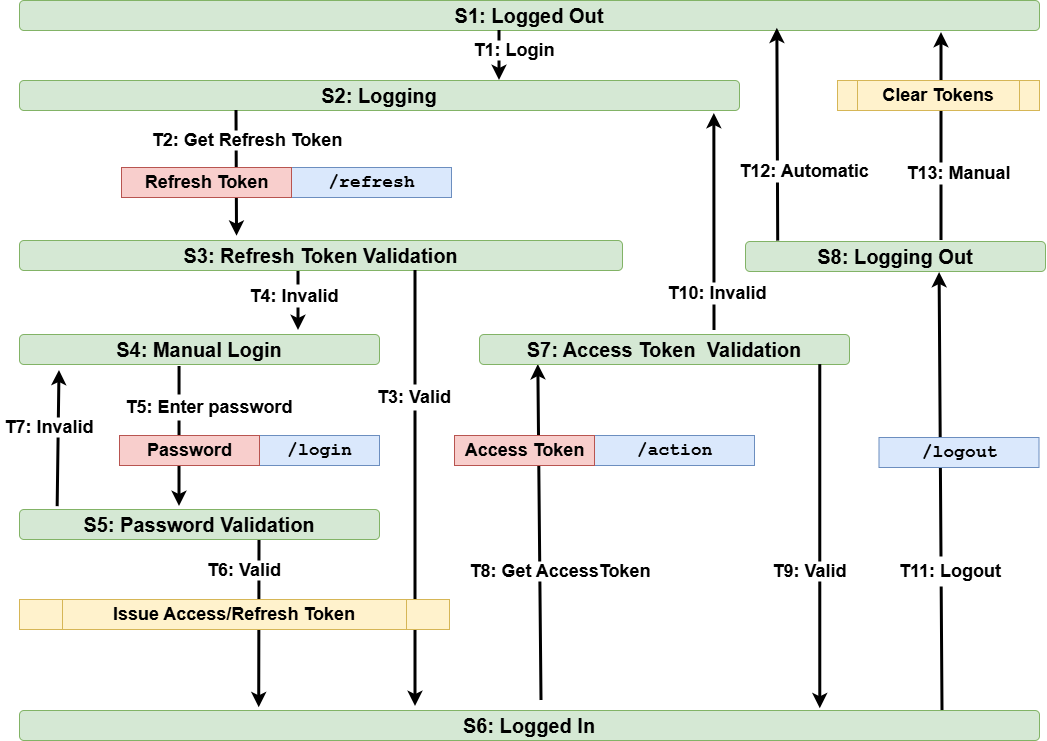
berislav-vidakovic/GamesJ keeps this draw.io diagram as JWT.png. Above is the earlier version. Source tidied: cells renumbered, new cells last; positions are measured from the earlier drawing's top-left corner, leaving out a move shared by most shapes.
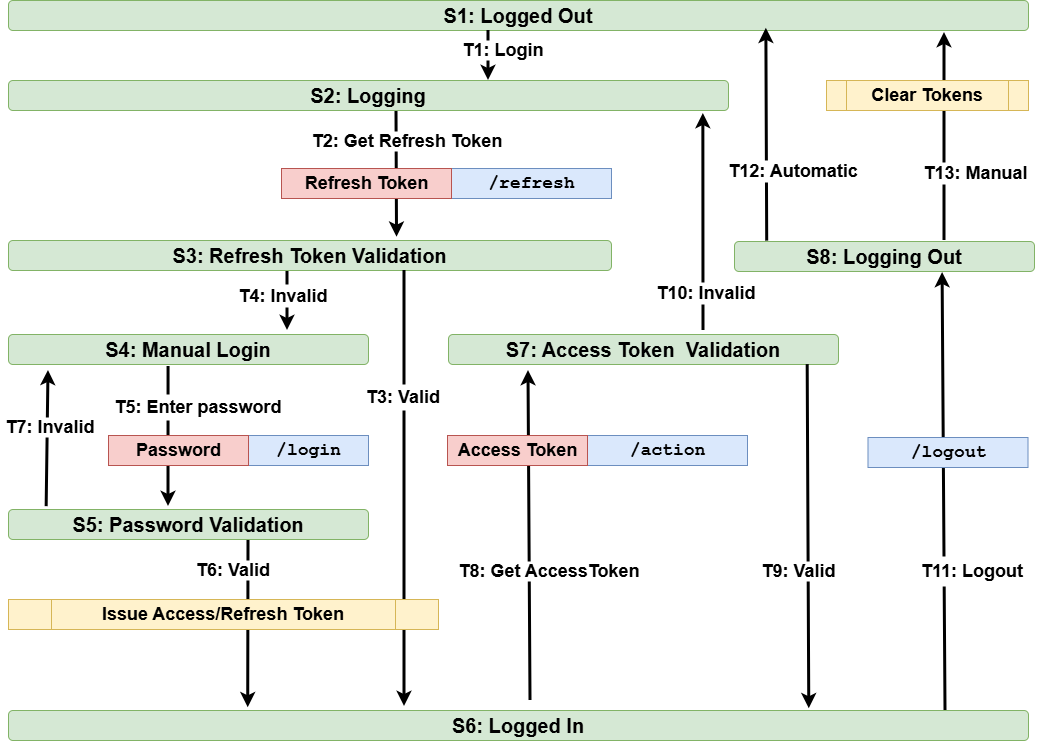
The same diagram one commit later.

Commit message:
FSM JWT Authentication Refresh-Update

Diff of the diagram source:
```diff
@@ -12,10 +12,10 @@
       <mxGeometry x="260" y="435" width="120" height="30" as="geometry" />
     </mxCell>
     <mxCell id="5" value="/action" style="text;strokeColor=#6c8ebf;fillColor=#dae8fc;html=1;fontSize=18;fontStyle=1;verticalAlign=middle;align=center;fontFamily=Courier New;" parent="1" vertex="1">
-      <mxGeometry x="595" y="435" width="160" height="30" as="geometry" />
+      <mxGeometry x="599" y="435" width="160" height="30" as="geometry" />
     </mxCell>
     <mxCell id="6" value="/refresh" style="text;strokeColor=#6c8ebf;fillColor=#dae8fc;html=1;fontSize=18;fontStyle=1;verticalAlign=middle;align=center;fontFamily=Courier New;" parent="1" vertex="1">
-      <mxGeometry x="292" y="167" width="160" height="30" as="geometry" />
+      <mxGeometry x="463" y="168" width="160" height="30" as="geometry" />
     </mxCell>
     <mxCell id="7" style="endArrow=classic;html=1;rounded=0;strokeWidth=3;" parent="1" edge="1">
       <mxGeometry relative="1" as="geometry">
@@ -23,9 +23,10 @@
         <mxPoint x="299" y="330" as="targetPoint" />
       </mxGeometry>
     </mxCell>
-    <mxCell id="8" style="endArrow=classic;html=1;rounded=0;strokeWidth=3;entryX=0.159;entryY=1.004;entryDx=0;entryDy=0;entryPerimeter=0;" parent="1" edge="1" target="14">
+    <mxCell id="8" style="endArrow=classic;html=1;rounded=0;strokeWidth=3;" parent="1" edge="1">
       <mxGeometry relative="1" as="geometry">
         <mxPoint x="542" y="700" as="sourcePoint" />
+        <mxPoint x="540" y="370" as="targetPoint" />
       </mxGeometry>
     </mxCell>
     <mxCell id="9" style="edgeStyle=orthogonalEdgeStyle;rounded=0;orthogonalLoop=1;jettySize=auto;html=1;exitX=0.5;exitY=1;exitDx=0;exitDy=0;" parent="1" edge="1" source="22" target="22">
@@ -44,7 +45,7 @@
       <mxGeometry x="20" y="509" width="360" height="30" as="geometry" />
     </mxCell>
     <mxCell id="14" value="S7: Access Token&amp;nbsp; Validation" style="rounded=1;whiteSpace=wrap;html=1;fontSize=20;fontStyle=1;fillColor=#d5e8d4;strokeColor=#82b366;" parent="1" vertex="1">
-      <mxGeometry x="480" y="334" width="370" height="30" as="geometry" />
+      <mxGeometry x="460" y="334" width="390" height="30" as="geometry" />
     </mxCell>
     <mxCell id="15" style="endArrow=classic;html=1;rounded=0;strokeWidth=3;" parent="1" edge="1">
       <mxGeometry relative="1" as="geometry">
@@ -57,15 +58,15 @@
     </mxCell>
     <mxCell id="17" style="endArrow=classic;html=1;rounded=0;strokeWidth=3;entryX=0.596;entryY=-0.143;entryDx=0;entryDy=0;entryPerimeter=0;" parent="1" edge="1">
       <mxGeometry relative="1" as="geometry">
-        <mxPoint x="237" y="110" as="sourcePoint" />
-        <mxPoint x="237.5" y="235.7" as="targetPoint" />
+        <mxPoint x="408" y="111" as="sourcePoint" />
+        <mxPoint x="408.5" y="236.7" as="targetPoint" />
       </mxGeometry>
     </mxCell>
     <mxCell id="18" value="T2: Get Refresh Token" style="text;html=1;whiteSpace=wrap;strokeColor=none;fillColor=default;align=center;verticalAlign=middle;rounded=0;fontSize=18;fontStyle=1;" parent="1" vertex="1">
-      <mxGeometry x="137" y="130" width="222" height="20" as="geometry" />
+      <mxGeometry x="308" y="131" width="222" height="20" as="geometry" />
     </mxCell>
     <mxCell id="19" value="Refresh Token" style="text;strokeColor=#b85450;fillColor=#f8cecc;html=1;fontSize=18;fontStyle=1;verticalAlign=middle;align=center;" parent="1" vertex="1">
-      <mxGeometry x="122" y="167" width="170" height="30" as="geometry" />
+      <mxGeometry x="293" y="168" width="170" height="30" as="geometry" />
     </mxCell>
     <mxCell id="20" style="endArrow=classic;html=1;rounded=0;strokeWidth=3;" parent="1" edge="1">
       <mxGeometry relative="1" as="geometry">
@@ -77,7 +78,7 @@
       <mxGeometry x="375" y="384" width="80" height="26" as="geometry" />
     </mxCell>
     <mxCell id="22" value="Access Token" style="text;strokeColor=#b85450;fillColor=#f8cecc;html=1;fontSize=18;fontStyle=1;verticalAlign=middle;align=center;" parent="1" vertex="1">
-      <mxGeometry x="455" y="435" width="140" height="30" as="geometry" />
+      <mxGeometry x="459" y="435" width="140" height="30" as="geometry" />
     </mxCell>
     <mxCell id="23" value="T8: Get AccessToken" style="text;html=1;whiteSpace=wrap;align=center;verticalAlign=middle;rounded=0;fontSize=18;fontStyle=1;fillColor=default;" parent="1" vertex="1">
       <mxGeometry x="466" y="561" width="190" height="20" as="geometry" />
@@ -87,9 +88,10 @@
         <mxPoint x="820.8" y="708.2" as="targetPoint" />
       </mxGeometry>
     </mxCell>
-    <mxCell id="25" style="endArrow=classic;html=1;rounded=0;strokeWidth=3;entryX=0.647;entryY=1.035;entryDx=0;entryDy=0;entryPerimeter=0;" parent="1" edge="1" target="39">
+    <mxCell id="25" style="endArrow=classic;html=1;rounded=0;strokeWidth=3;entryX=0.647;entryY=1.035;entryDx=0;entryDy=0;entryPerimeter=0;" parent="1" edge="1">
       <mxGeometry relative="1" as="geometry">
-        <mxPoint x="943" y="710" as="sourcePoint" />
+        <mxPoint x="957" y="710" as="sourcePoint" />
+        <mxPoint x="954.1" y="272" as="targetPoint" />
       </mxGeometry>
     </mxCell>
     <mxCell id="26" value="/logout" style="text;strokeColor=#6c8ebf;fillColor=#dae8fc;html=1;fontSize=18;fontStyle=1;verticalAlign=middle;align=center;fontFamily=Courier New;" parent="1" vertex="1">
@@ -130,7 +132,7 @@
       </mxGeometry>
     </mxCell>
     <mxCell id="35" value="T7: Invalid" style="text;html=1;whiteSpace=wrap;strokeColor=none;fillColor=default;align=center;verticalAlign=middle;rounded=0;fontSize=18;fontStyle=1;" parent="1" vertex="1">
-      <mxGeometry y="417" width="100" height="20" as="geometry" />
+      <mxGeometry x="12" y="417" width="100" height="20" as="geometry" />
     </mxCell>
     <mxCell id="36" value="Issue Access/Refresh Token" style="shape=process;whiteSpace=wrap;html=1;backgroundOutline=1;fontSize=18;fontStyle=1;fillColor=#fff2cc;strokeColor=#d6b656;" parent="1" vertex="1">
       <mxGeometry x="20" y="599" width="430" height="30" as="geometry" />
@@ -139,7 +141,7 @@
       <mxGeometry x="120" y="435" width="140" height="30" as="geometry" />
     </mxCell>
     <mxCell id="38" value="T11: Logout" style="text;html=1;whiteSpace=wrap;strokeColor=none;fillColor=default;align=center;verticalAlign=middle;rounded=0;fontSize=18;fontStyle=1;" parent="1" vertex="1">
-      <mxGeometry x="891" y="556" width="120" height="30" as="geometry" />
+      <mxGeometry x="924" y="556" width="120" height="30" as="geometry" />
     </mxCell>
     <mxCell id="39" value="S8: Logging Out" style="rounded=1;whiteSpace=wrap;html=1;fontSize=20;fontStyle=1;fillColor=#d5e8d4;strokeColor=#82b366;" parent="1" vertex="1">
       <mxGeometry x="746" y="241" width="300" height="30" as="geometry" />
@@ -152,12 +154,12 @@
     </mxCell>
     <mxCell id="42" style="endArrow=classic;html=1;rounded=0;strokeWidth=3;entryX=0.155;entryY=1.046;entryDx=0;entryDy=0;entryPerimeter=0;" parent="1" edge="1">
       <mxGeometry relative="1" as="geometry">
-        <mxPoint x="942" y="240" as="sourcePoint" />
-        <mxPoint x="942" y="32" as="targetPoint" />
+        <mxPoint x="956" y="240" as="sourcePoint" />
+        <mxPoint x="956" y="32" as="targetPoint" />
       </mxGeometry>
     </mxCell>
     <mxCell id="43" value="T13: Manual" style="text;html=1;whiteSpace=wrap;strokeColor=none;fillColor=default;align=center;verticalAlign=middle;rounded=0;fontSize=18;fontStyle=1;" parent="1" vertex="1">
-      <mxGeometry x="899" y="162" width="121" height="22" as="geometry" />
+      <mxGeometry x="927" y="162" width="121" height="22" as="geometry" />
     </mxCell>
     <mxCell id="44" value="Clear Tokens" style="shape=process;whiteSpace=wrap;html=1;backgroundOutline=1;fontSize=18;fontStyle=1;fillColor=#fff2cc;strokeColor=#d6b656;" parent="1" vertex="1">
       <mxGeometry x="838" y="80" width="202" height="30" as="geometry" />
```
